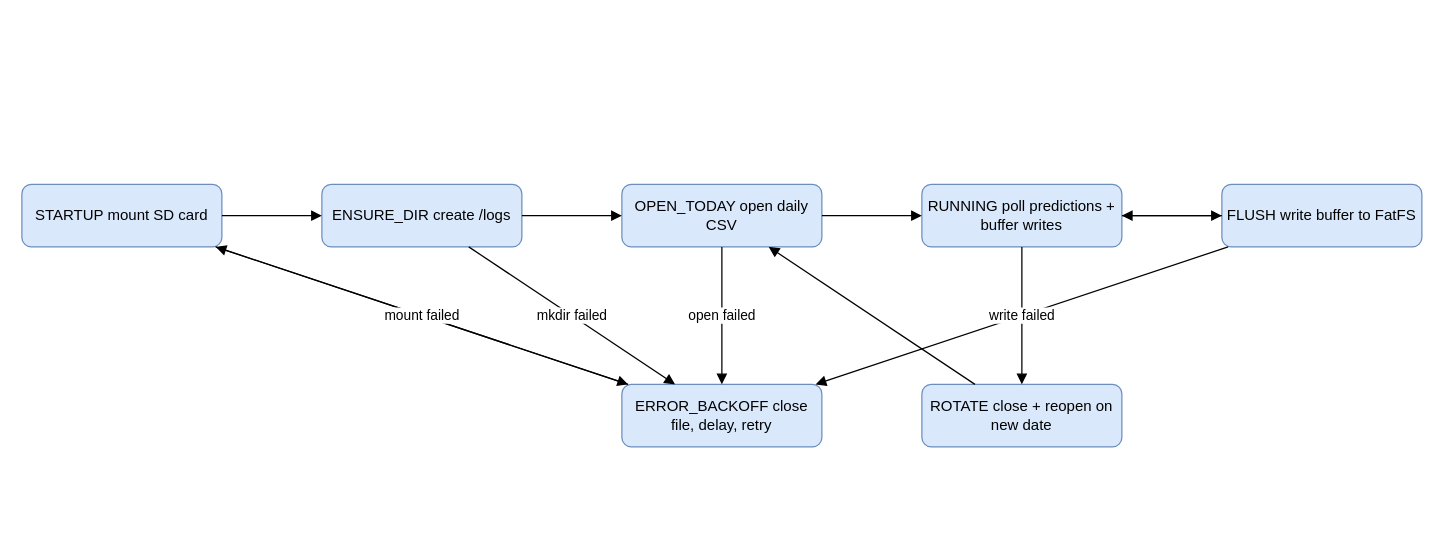
This is page "inference_logger_task State Machine" (9 of 9) of tinyml_home_weather_forecasting.drawio from rishi-latchmepersad/TinyML-Home-Weather-Forecasting, a draw.io file, before an edit. Source tidied: cells renumbered, new cells numbered last; positions are measured from the earlier drawing's top-left corner, leaving out a move shared by most shapes. Both pictures are drawn from the tidied source at 125%, with x=0, y=0 at pixel (21, 184).
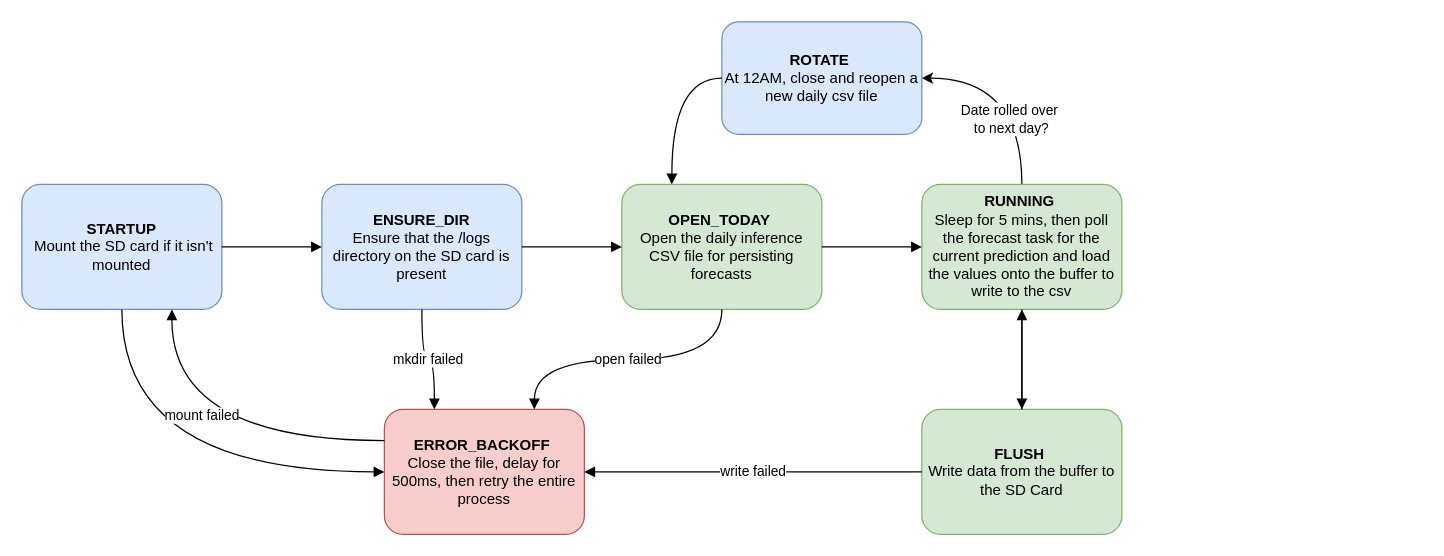
The same page after the edit.

The edit, as a diff of the source:
```diff
@@
-    <mxCell id="2" value="STARTUP mount SD card" style="rounded=1;whiteSpace=wrap;html=1;fillColor=#dae8fc;strokeColor=#6c8ebf;" parent="1" vertex="1">
-      <mxGeometry width="160" height="50" as="geometry" />
+    <mxCell id="2" value="&lt;b&gt;STARTUP&lt;/b&gt;&lt;div&gt;&amp;nbsp;Mount the SD card if it isn't mounted&lt;/div&gt;" style="rounded=1;whiteSpace=wrap;html=1;fillColor=#dae8fc;strokeColor=#6c8ebf;" parent="1" vertex="1">
+      <mxGeometry width="160" height="100" as="geometry" />
     </mxCell>
-    <mxCell id="3" value="ENSURE_DIR create /logs" style="rounded=1;whiteSpace=wrap;html=1;fillColor=#dae8fc;strokeColor=#6c8ebf;" parent="1" vertex="1">
-      <mxGeometry x="240" width="160" height="50" as="geometry" />
+    <mxCell id="3" value="&lt;b&gt;ENSURE_DIR&lt;/b&gt;&lt;div&gt;Ensure that the /logs directory on the SD card is present&lt;/div&gt;" style="rounded=1;whiteSpace=wrap;html=1;fillColor=#dae8fc;strokeColor=#6c8ebf;" parent="1" vertex="1">
+      <mxGeometry x="240" width="160" height="100" as="geometry" />
     </mxCell>
-    <mxCell id="4" value="OPEN_TODAY open daily CSV" style="rounded=1;whiteSpace=wrap;html=1;fillColor=#dae8fc;strokeColor=#6c8ebf;" parent="1" vertex="1">
-      <mxGeometry x="480" width="160" height="50" as="geometry" />
+    <mxCell id="4" value="&lt;b&gt;OPEN_TODAY&amp;nbsp;&lt;/b&gt;&lt;div&gt;Open the daily inference CSV file for persisting forecasts&lt;/div&gt;" style="rounded=1;whiteSpace=wrap;html=1;fillColor=#d5e8d4;strokeColor=#82b366;" parent="1" vertex="1">
+      <mxGeometry x="480" width="160" height="100" as="geometry" />
     </mxCell>
+    <mxCell id="14" style="edgeStyle=orthogonalEdgeStyle;rounded=0;jettySize=auto;html=1;entryX=1;entryY=0.5;entryDx=0;entryDy=0;exitX=0.5;exitY=0;exitDx=0;exitDy=0;curved=1;" parent="1" edge="1" source="5" target="7">
+      <mxGeometry relative="1" as="geometry" />
+    </mxCell>
+    <mxCell id="21" value="Date rolled over&lt;div&gt;&amp;nbsp;to next day?&lt;/div&gt;" style="edgeLabel;html=1;align=center;verticalAlign=middle;" parent="14" vertex="1">
+      <mxGeometry x="-0.36" y="11" relative="1" as="geometry" />
+    </mxCell>
-    <mxCell id="5" value="RUNNING poll predictions + buffer writes" style="rounded=1;whiteSpace=wrap;html=1;fillColor=#dae8fc;strokeColor=#6c8ebf;" parent="1" vertex="1">
-      <mxGeometry x="720" width="160" height="50" as="geometry" />
+    <mxCell id="5" value="&lt;b&gt;RUNNING&lt;/b&gt;&amp;nbsp;&lt;div&gt;Sleep for 5 mins, then poll the forecast task for the current prediction and load the values onto the buffer to write to the csv&lt;/div&gt;" style="rounded=1;whiteSpace=wrap;html=1;fillColor=#d5e8d4;strokeColor=#82b366;" parent="1" vertex="1">
+      <mxGeometry x="720" width="160" height="100" as="geometry" />
     </mxCell>
-    <mxCell id="6" value="FLUSH write buffer to FatFS" style="rounded=1;whiteSpace=wrap;html=1;fillColor=#dae8fc;strokeColor=#6c8ebf;" parent="1" vertex="1">
-      <mxGeometry x="960" width="160" height="50" as="geometry" />
+    <mxCell id="6" value="&lt;b&gt;FLUSH&amp;nbsp;&lt;/b&gt;&lt;div&gt;Write data from the buffer to the SD Card&lt;/div&gt;" style="rounded=1;whiteSpace=wrap;html=1;fillColor=#d5e8d4;strokeColor=#82b366;" parent="1" vertex="1">
+      <mxGeometry x="720" y="180" width="160" height="100" as="geometry" />
     </mxCell>
-    <mxCell id="7" value="ROTATE close + reopen on new date" style="rounded=1;whiteSpace=wrap;html=1;fillColor=#dae8fc;strokeColor=#6c8ebf;" parent="1" vertex="1">
-      <mxGeometry x="720" y="160" width="160" height="50" as="geometry" />
+    <mxCell id="7" value="&lt;b&gt;ROTATE&amp;nbsp;&lt;/b&gt;&lt;div&gt;At 12AM, close and reopen a new daily csv file&lt;/div&gt;" style="rounded=1;whiteSpace=wrap;html=1;fillColor=#dae8fc;strokeColor=#6c8ebf;" parent="1" vertex="1">
+      <mxGeometry x="560" y="-130" width="160" height="90" as="geometry" />
     </mxCell>
-    <mxCell id="8" value="ERROR_BACKOFF close file, delay, retry" style="rounded=1;whiteSpace=wrap;html=1;fillColor=#dae8fc;strokeColor=#6c8ebf;" parent="1" vertex="1">
-      <mxGeometry x="480" y="160" width="160" height="50" as="geometry" />
+    <mxCell id="8" value="&lt;b&gt;ERROR_BACKOFF&lt;/b&gt;&amp;nbsp;&lt;div&gt;Close the file, delay for 500ms, then retry the entire process&lt;/div&gt;" style="rounded=1;whiteSpace=wrap;html=1;fillColor=#f8cecc;strokeColor=#b85450;" parent="1" vertex="1">
+      <mxGeometry x="290" y="180" width="160" height="100" as="geometry" />
     </mxCell>
@@
-    <mxCell id="14" style="endArrow=block;html=1;rounded=0;strokeColor=#000000;" parent="1" edge="1" source="5" target="7">
-      <mxGeometry relative="1" as="geometry" />
-    </mxCell>
-    <mxCell id="15" style="endArrow=block;html=1;rounded=0;strokeColor=#000000;" parent="1" edge="1" source="7" target="4">
+    <mxCell id="15" style="endArrow=block;html=1;rounded=0;strokeColor=#000000;exitX=0;exitY=0.5;exitDx=0;exitDy=0;curved=1;entryX=0.25;entryY=0;entryDx=0;entryDy=0;edgeStyle=orthogonalEdgeStyle;" parent="1" edge="1" source="7" target="4">
       <mxGeometry relative="1" as="geometry" />
     </mxCell>
-    <mxCell id="16" style="endArrow=block;html=1;rounded=0;strokeColor=#000000;" parent="1" edge="1" source="8" target="2">
+    <mxCell id="16" style="endArrow=block;html=1;rounded=0;strokeColor=#000000;edgeStyle=orthogonalEdgeStyle;curved=1;entryX=0.75;entryY=1;entryDx=0;entryDy=0;exitX=0;exitY=0.25;exitDx=0;exitDy=0;" parent="1" edge="1" source="8" target="2">
       <mxGeometry relative="1" as="geometry" />
     </mxCell>
-    <mxCell id="17" value="mount failed" style="endArrow=block;html=1;rounded=0;strokeColor=#000000;" parent="1" edge="1" source="2" target="8">
-      <mxGeometry relative="1" as="geometry" />
+    <mxCell id="17" value="mount failed" style="endArrow=block;html=1;rounded=0;strokeColor=#000000;edgeStyle=orthogonalEdgeStyle;curved=1;exitX=0.5;exitY=1;exitDx=0;exitDy=0;entryX=0;entryY=0.5;entryDx=0;entryDy=0;" parent="1" edge="1" source="2" target="8">
+      <mxGeometry x="0.14" y="45" relative="1" as="geometry" />
     </mxCell>
-    <mxCell id="18" value="mkdir failed" style="endArrow=block;html=1;rounded=0;strokeColor=#000000;" parent="1" edge="1" source="3" target="8">
+    <mxCell id="18" value="mkdir failed" style="endArrow=block;html=1;rounded=0;strokeColor=#000000;edgeStyle=orthogonalEdgeStyle;curved=1;entryX=0.25;entryY=0;entryDx=0;entryDy=0;" parent="1" edge="1" source="3" target="8">
       <mxGeometry relative="1" as="geometry" />
     </mxCell>
-    <mxCell id="19" value="open failed" style="endArrow=block;html=1;rounded=0;strokeColor=#000000;" parent="1" edge="1" source="4" target="8">
+    <mxCell id="19" value="open failed" style="endArrow=block;html=1;rounded=0;strokeColor=#000000;edgeStyle=orthogonalEdgeStyle;curved=1;entryX=0.75;entryY=0;entryDx=0;entryDy=0;exitX=0.5;exitY=1;exitDx=0;exitDy=0;" parent="1" edge="1" source="4" target="8">
       <mxGeometry relative="1" as="geometry" />
     </mxCell>
```
